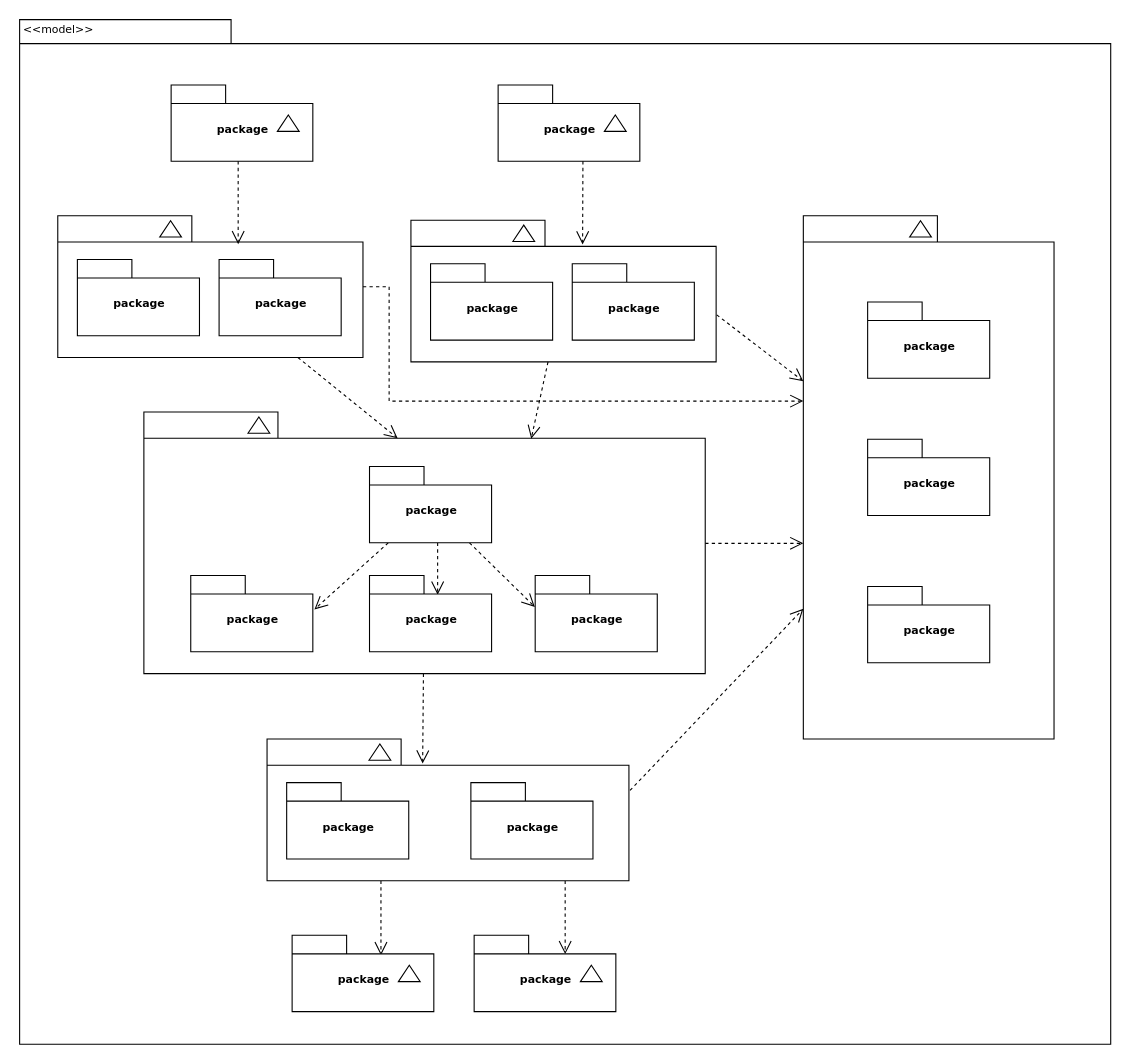
syan6228/CS6310 keeps this draw.io diagram as CS6310_A1.drawio. Above is the earlier version. Source tidied: cells renumbered, new cells numbered last; positions are measured from the earlier drawing's top-left corner, leaving out a move shared by most shapes. Both pictures are drawn from the tidied source at 109%, with x=0, y=0 at pixel (19, 19).
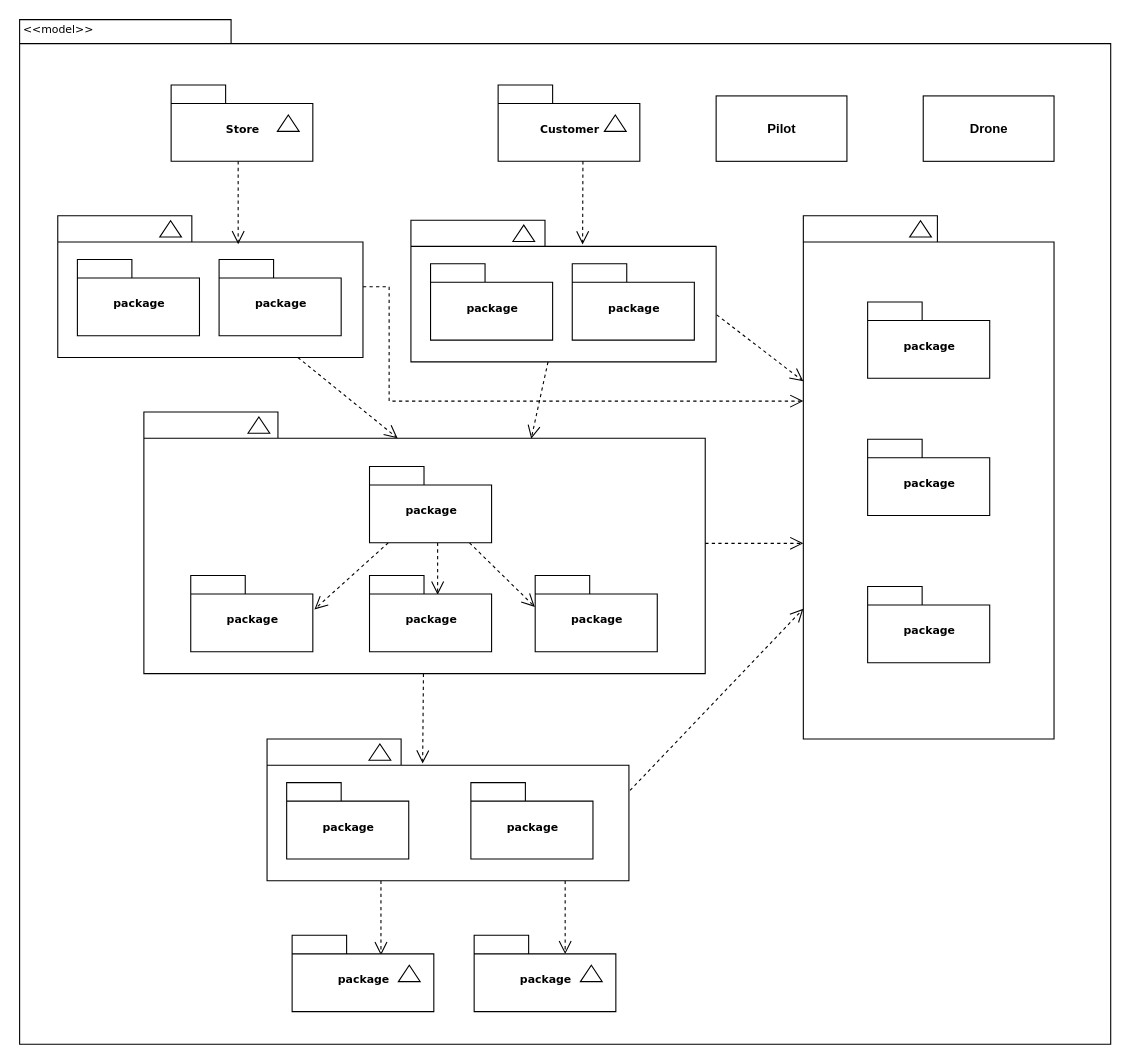
The same diagram, later.

The change refers to these unchanged cells:
```xml
<mxCell id="3" style="group;" parent="1" vertex="1">
  <mxGeometry x="139.5" y="60.5" width="130" height="70" as="geometry" />
</mxCell>
<mxCell id="6" style="group;" parent="1" vertex="1">
  <mxGeometry x="439.5" y="60.5" width="130" height="70" as="geometry" />
</mxCell>
```

What changed in the source:
```diff
@@
-    <mxCell id="4" value="package" style="shape=folder;fontStyle=1;spacingTop=10;tabWidth=50;tabHeight=17;tabPosition=left;html=1;rounded=0;shadow=0;comic=0;labelBackgroundColor=none;strokeWidth=1;fontFamily=Verdana;fontSize=10;align=center;" parent="3" vertex="1">
+    <mxCell id="4" value="Store" style="shape=folder;fontStyle=1;spacingTop=10;tabWidth=50;tabHeight=17;tabPosition=left;html=1;rounded=0;shadow=0;comic=0;labelBackgroundColor=none;strokeWidth=1;fontFamily=Verdana;fontSize=10;align=center;" parent="3" vertex="1">
       <mxGeometry width="130" height="70" as="geometry" />
     </mxCell>
@@
-    <mxCell id="7" value="package" style="shape=folder;fontStyle=1;spacingTop=10;tabWidth=50;tabHeight=17;tabPosition=left;html=1;rounded=0;shadow=0;comic=0;labelBackgroundColor=none;strokeWidth=1;fontFamily=Verdana;fontSize=10;align=center;" parent="6" vertex="1">
+    <mxCell id="7" value="Customer" style="shape=folder;fontStyle=1;spacingTop=10;tabWidth=50;tabHeight=17;tabPosition=left;html=1;rounded=0;shadow=0;comic=0;labelBackgroundColor=none;strokeWidth=1;fontFamily=Verdana;fontSize=10;align=center;" parent="6" vertex="1">
       <mxGeometry width="130" height="70" as="geometry" />
     </mxCell>
@@
+    <mxCell id="57" value="&lt;b&gt;Pilot&lt;/b&gt;" style="rounded=0;whiteSpace=wrap;html=1;" parent="1" vertex="1">
+      <mxGeometry x="639.5" y="70.5" width="120" height="60" as="geometry" />
+    </mxCell>
+    <mxCell id="58" value="&lt;b&gt;Drone&lt;/b&gt;" style="rounded=0;whiteSpace=wrap;html=1;" parent="1" vertex="1">
+      <mxGeometry x="829.5" y="70.5" width="120" height="60" as="geometry" />
+    </mxCell>
```
